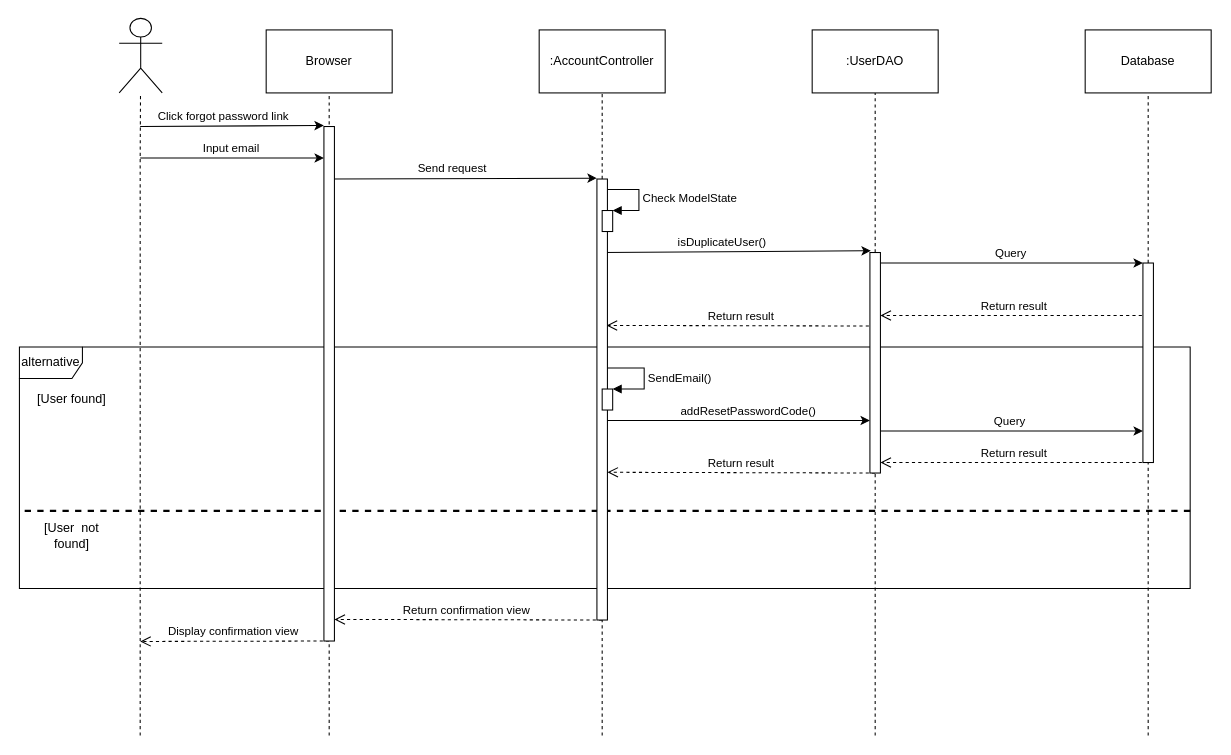
This is Documentation/Diagrams/Sequence-Diagram/Forgot-Password-Sequence-Diagram.drawio from DavidDoanT/Project_DuoLegend, a draw.io file, before an edit. Source tidied: cells renumbered, new cells numbered last; positions are measured from the earlier drawing's top-left corner, leaving out a move shared by most shapes. Both pictures are drawn from the tidied source at 105%, with x=0, y=0 at pixel (19, 18).
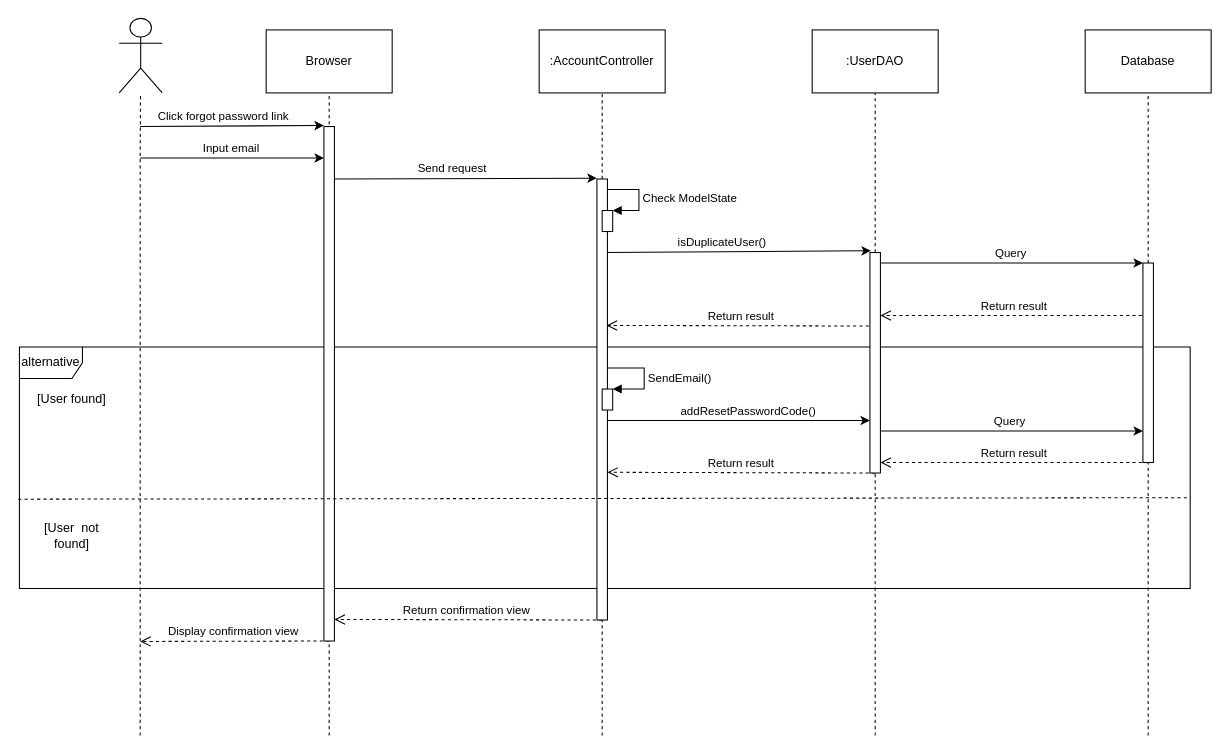
After the change.

Unchanged cells that the change refers to:
```xml
<mxCell id="2" value="alternative" style="shape=umlFrame;whiteSpace=wrap;html=1;fontColor=none;" parent="1" vertex="1">
  <mxGeometry y="313" width="1115" height="230" as="geometry" />
</mxCell>
```

What changed in the source:
```diff
@@
-    <mxCell id="24" style="line;strokeWidth=2;fillColor=none;align=left;verticalAlign=middle;spacingTop=-1;spacingLeft=3;spacingRight=3;labelPosition=right;fontColor=none;html=1;dashed=1;" parent="1" vertex="1">
-      <mxGeometry x="5" y="465" width="1110" height="8" as="geometry" />
-    </mxCell>
@@
+    <mxCell id="47" style="endArrow=none;html=1;dashed=1;exitX=-0.001;exitY=0.63;exitDx=0;exitDy=0;exitPerimeter=0;entryX=1;entryY=0.624;entryDx=0;entryDy=0;entryPerimeter=0;" parent="1" edge="1" source="2" target="2">
+      <mxGeometry relative="1" as="geometry" />
+    </mxCell>
```
